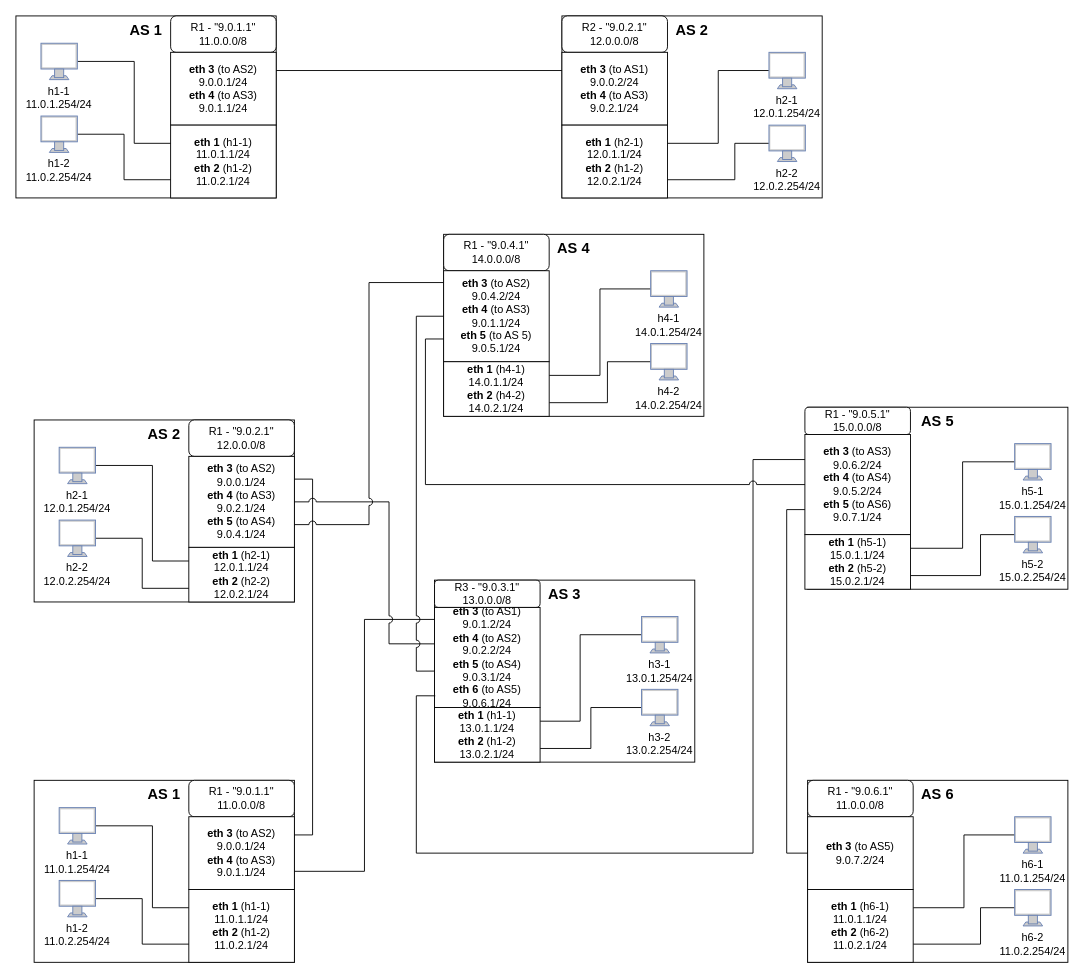
The draw.io diagram CN_BGPHijacking.drawio in andymakesapps/diagrams, before the edit. Source tidied: cells renumbered, new cells numbered last; positions are measured from the earlier drawing's top-left corner, leaving out a move shared by most shapes. Both pictures are drawn from the tidied source at 91%, with x=0, y=0 at pixel (15, 15).
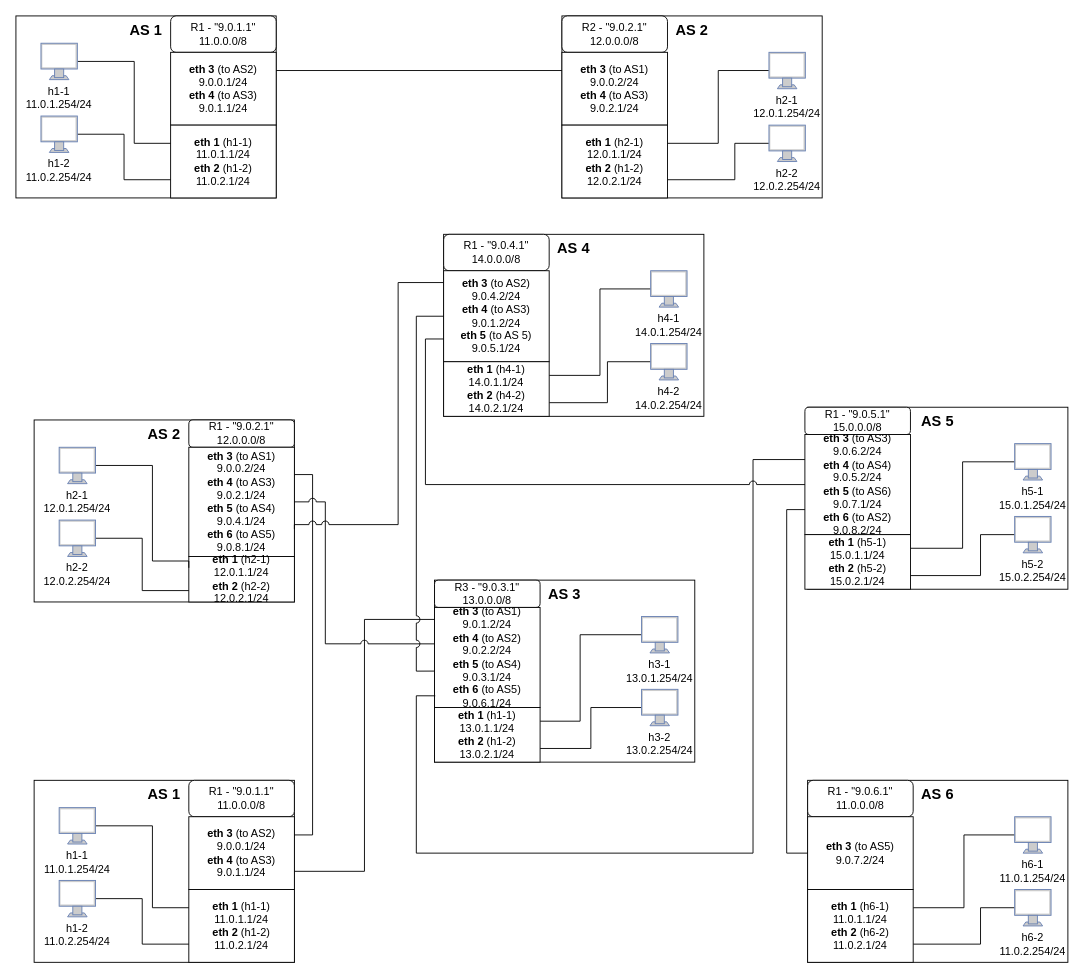
After the change.

Unchanged cells that the change refers to:
```xml
<mxCell id="51" style="group;" parent="1" vertex="1">
  <mxGeometry x="20" y="444" width="286" height="200" as="geometry" />
</mxCell>
<mxCell id="73" value="&lt;b&gt;eth 3 &lt;/b&gt;(to AS1)&lt;br&gt;9.0.1.2/24&lt;br&gt;&lt;b&gt;eth 4 &lt;/b&gt;(to AS2)&lt;br&gt;9.0.2.2/24&lt;br&gt;&lt;b&gt;eth 5 &lt;/b&gt;(to AS4)&lt;br&gt;9.0.3.1/24&lt;br&gt;&lt;b&gt;eth 6 &lt;/b&gt;(to AS5)&lt;br&gt;9.0.6.1/24" style="rounded=0;whiteSpace=wrap;html=1;" parent="63" vertex="1">
  <mxGeometry y="30" width="116" height="110" as="geometry" />
</mxCell>
<mxCell id="75" style="group;" parent="1" vertex="1">
  <mxGeometry x="470" y="240" width="286" height="200" as="geometry" />
</mxCell>
<mxCell id="87" style="group;" parent="1" vertex="1">
  <mxGeometry x="870" y="430" width="286" height="200" as="geometry" />
</mxCell>
```

Change to the diagram source:
```diff
@@
     <mxCell id="53" value="R1 - &quot;9.0.2.1&quot;&lt;br&gt;12.0.0.0/8" style="rounded=1;whiteSpace=wrap;html=1;" parent="51" vertex="1">
-      <mxGeometry x="170" width="116" height="40" as="geometry" />
+      <mxGeometry x="170" width="116" height="30" as="geometry" />
     </mxCell>
-    <mxCell id="54" value="&lt;b&gt;eth 3 &lt;/b&gt;(to AS2)&lt;br&gt;9.0.0.1/24&lt;br&gt;&lt;b&gt;eth 4 &lt;/b&gt;(to AS3)&lt;br&gt;9.0.2.1/24&lt;br&gt;&lt;b&gt;eth 5 &lt;/b&gt;(to AS4)&lt;br&gt;9.0.4.1/24" style="rounded=0;whiteSpace=wrap;html=1;" parent="51" vertex="1">
-      <mxGeometry x="170" y="40" width="116" height="100" as="geometry" />
+    <mxCell id="54" value="&lt;b&gt;eth 3 &lt;/b&gt;(to AS1)&lt;br&gt;9.0.0.2/24&lt;br&gt;&lt;b&gt;eth 4 &lt;/b&gt;(to AS3)&lt;br&gt;9.0.2.1/24&lt;br&gt;&lt;b&gt;eth 5 &lt;/b&gt;(to AS4)&lt;br&gt;9.0.4.1/24&lt;br&gt;&lt;b&gt;eth 6 &lt;/b&gt;(to AS5)&lt;br&gt;9.0.8.1/24" style="rounded=0;whiteSpace=wrap;html=1;" parent="51" vertex="1">
+      <mxGeometry x="170" y="30" width="116" height="120" as="geometry" />
     </mxCell>
     <mxCell id="55" value="&lt;b&gt;eth 1&amp;nbsp;&lt;/b&gt;(h2-1)&lt;br&gt;12.0.1.1/24&lt;br&gt;&lt;b&gt;eth 2&amp;nbsp;&lt;/b&gt;(h2-2)&lt;br&gt;12.0.2.1/24" style="rounded=0;whiteSpace=wrap;html=1;" parent="51" vertex="1">
-      <mxGeometry x="170" y="140" width="116" height="60" as="geometry" />
+      <mxGeometry x="170" y="150" width="116" height="50" as="geometry" />
     </mxCell>
@@
-    <mxCell id="85" value="&lt;b&gt;eth 3 &lt;/b&gt;(to AS2)&lt;br&gt;9.0.4.2/24&lt;br&gt;&lt;b&gt;eth 4 &lt;/b&gt;(to AS3)&lt;br&gt;9.0.1.1/24&lt;br&gt;&lt;b&gt;eth 5 &lt;/b&gt;(to AS 5)&lt;br&gt;9.0.5.1/24" style="rounded=0;whiteSpace=wrap;html=1;" parent="75" vertex="1">
+    <mxCell id="85" value="&lt;b&gt;eth 3 &lt;/b&gt;(to AS2)&lt;br&gt;9.0.4.2/24&lt;br&gt;&lt;b&gt;eth 4 &lt;/b&gt;(to AS3)&lt;br&gt;9.0.1.2/24&lt;br&gt;&lt;b&gt;eth 5 &lt;/b&gt;(to AS 5)&lt;br&gt;9.0.5.1/24" style="rounded=0;whiteSpace=wrap;html=1;" parent="75" vertex="1">
       <mxGeometry y="40" width="116" height="100" as="geometry" />
     </mxCell>
@@
-    <mxCell id="97" value="&lt;b&gt;eth 3 &lt;/b&gt;(to AS3)&lt;br&gt;9.0.6.2/24&lt;br&gt;&lt;b&gt;eth 4 &lt;/b&gt;(to AS4)&lt;br&gt;9.0.5.2/24&lt;br&gt;&lt;b&gt;eth 5 &lt;/b&gt;(to AS6)&lt;br&gt;9.0.7.1/24" style="rounded=0;whiteSpace=wrap;html=1;" parent="87" vertex="1">
+    <mxCell id="97" value="&lt;b&gt;eth 3 &lt;/b&gt;(to AS3)&lt;br&gt;9.0.6.2/24&lt;br&gt;&lt;b&gt;eth 4 &lt;/b&gt;(to AS4)&lt;br&gt;9.0.5.2/24&lt;br&gt;&lt;b&gt;eth 5 &lt;/b&gt;(to AS6)&lt;br&gt;9.0.7.1/24&lt;br&gt;&lt;b&gt;eth 6&lt;/b&gt;&amp;nbsp;(to AS2)&lt;br&gt;9.0.8.2/24" style="rounded=0;whiteSpace=wrap;html=1;" parent="87" vertex="1">
       <mxGeometry x="-3" y="30" width="116" height="110" as="geometry" />
     </mxCell>
@@
     <mxCell id="101" style="edgeStyle=orthogonalEdgeStyle;rounded=0;jettySize=auto;html=1;exitX=1;exitY=0.5;exitDx=0;exitDy=0;entryX=0;entryY=0.364;entryDx=0;entryDy=0;entryPerimeter=0;jumpStyle=arc;jumpSize=8;endArrow=none;endFill=0;" parent="1" edge="1" source="54" target="73">
       <mxGeometry relative="1" as="geometry">
         <Array as="points">
-          <mxPoint x="410" y="534" />
-          <mxPoint x="410" y="690" />
+          <mxPoint x="340" y="534" />
+          <mxPoint x="340" y="690" />
         </Array>
       </mxGeometry>
     </mxCell>
     <mxCell id="102" style="edgeStyle=orthogonalEdgeStyle;rounded=0;jettySize=auto;html=1;exitX=1;exitY=0.75;exitDx=0;exitDy=0;entryX=-0.002;entryY=0.13;entryDx=0;entryDy=0;entryPerimeter=0;endArrow=none;endFill=0;jumpStyle=arc;jumpSize=8;" parent="1" edge="1" source="54" target="85">
-      <mxGeometry relative="1" as="geometry" />
+      <mxGeometry relative="1" as="geometry">
+        <Array as="points">
+          <mxPoint x="420" y="559" />
+          <mxPoint x="420" y="293" />
+        </Array>
+      </mxGeometry>
     </mxCell>
```
